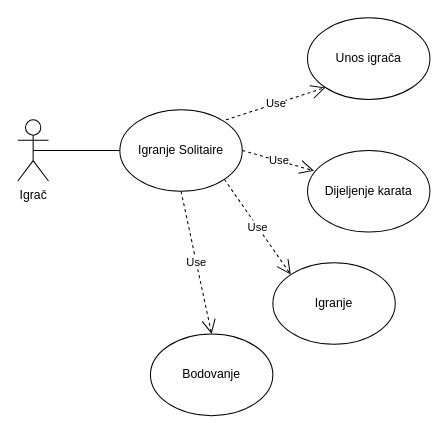
Above: page "UseCase:Igranje Solitaire" (1 of 4) of dijagram.drawio in NinaMaretic/Solitaire (draw.io), before the change. Source tidied: cells renumbered, new cells numbered last; positions are measured from the earlier drawing's top-left corner, leaving out a move shared by most shapes. Both pictures are drawn from the tidied source at 102%, with x=0, y=0 at pixel (17, 17).
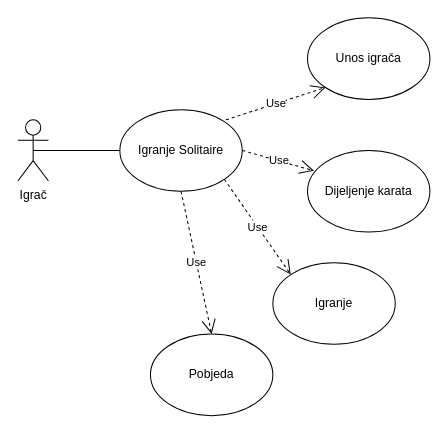
The same page after the edit.

The edit, as a diff of the source:
```diff
@@
 <mxGraphModel>
   <root>
     <mxCell id="0" />
     <mxCell id="1" parent="0" />
     <mxCell id="2" value="Igrač" style="shape=umlActor;verticalLabelPosition=bottom;verticalAlign=top;html=1;outlineConnect=0;" parent="1" vertex="1">
       <mxGeometry y="100" width="30" height="60" as="geometry" />
     </mxCell>
     <mxCell id="3" value="Igranje Solitaire" style="ellipse;whiteSpace=wrap;html=1;" parent="1" vertex="1">
       <mxGeometry x="100" y="90" width="120" height="80" as="geometry" />
     </mxCell>
     <mxCell id="4" style="endArrow=none;html=1;entryX=0;entryY=0.5;entryDx=0;entryDy=0;exitX=0.5;exitY=0.5;exitDx=0;exitDy=0;exitPerimeter=0;" parent="1" edge="1" source="2" target="3">
       <mxGeometry relative="1" as="geometry">
         <Array as="points">
           <mxPoint x="60" y="130" />
         </Array>
       </mxGeometry>
     </mxCell>
     <mxCell id="5" value="Unos igrača" style="ellipse;whiteSpace=wrap;html=1;" parent="1" vertex="1">
       <mxGeometry x="284" width="120" height="80" as="geometry" />
     </mxCell>
     <mxCell id="6" value="Dijeljenje karata" style="ellipse;whiteSpace=wrap;html=1;" parent="1" vertex="1">
       <mxGeometry x="284" y="130" width="120" height="80" as="geometry" />
     </mxCell>
     <mxCell id="7" value="Igranje" style="ellipse;whiteSpace=wrap;html=1;" parent="1" vertex="1">
       <mxGeometry x="250" y="240" width="120" height="80" as="geometry" />
     </mxCell>
-    <mxCell id="8" value="Bodovanje" style="ellipse;whiteSpace=wrap;html=1;" parent="1" vertex="1">
+    <mxCell id="8" value="Pobjeda" style="ellipse;whiteSpace=wrap;html=1;" parent="1" vertex="1">
       <mxGeometry x="130" y="310" width="120" height="80" as="geometry" />
     </mxCell>
     <mxCell id="9" value="Use" style="endArrow=open;endSize=12;dashed=1;html=1;entryX=0;entryY=1;entryDx=0;entryDy=0;" parent="1" edge="1" target="5">
       <mxGeometry relative="1" as="geometry">
         <mxPoint x="204" y="100" as="sourcePoint" />
       </mxGeometry>
     </mxCell>
     <mxCell id="10" value="Use" style="endArrow=open;endSize=12;dashed=1;html=1;exitX=1;exitY=0.5;exitDx=0;exitDy=0;entryX=0.053;entryY=0.25;entryDx=0;entryDy=0;entryPerimeter=0;" parent="1" edge="1" source="3" target="6">
       <mxGeometry relative="1" as="geometry" />
     </mxCell>
     <mxCell id="11" value="Use" style="endArrow=open;endSize=12;dashed=1;html=1;exitX=0.5;exitY=1;exitDx=0;exitDy=0;entryX=0.5;entryY=0;entryDx=0;entryDy=0;" parent="1" edge="1" source="3" target="8">
       <mxGeometry relative="1" as="geometry" />
     </mxCell>
     <mxCell id="12" value="Use" style="endArrow=open;endSize=12;dashed=1;html=1;exitX=1;exitY=1;exitDx=0;exitDy=0;entryX=0;entryY=0;entryDx=0;entryDy=0;" parent="1" edge="1" source="3" target="7">
       <mxGeometry relative="1" as="geometry" />
     </mxCell>
   </root>
 </mxGraphModel>
```
